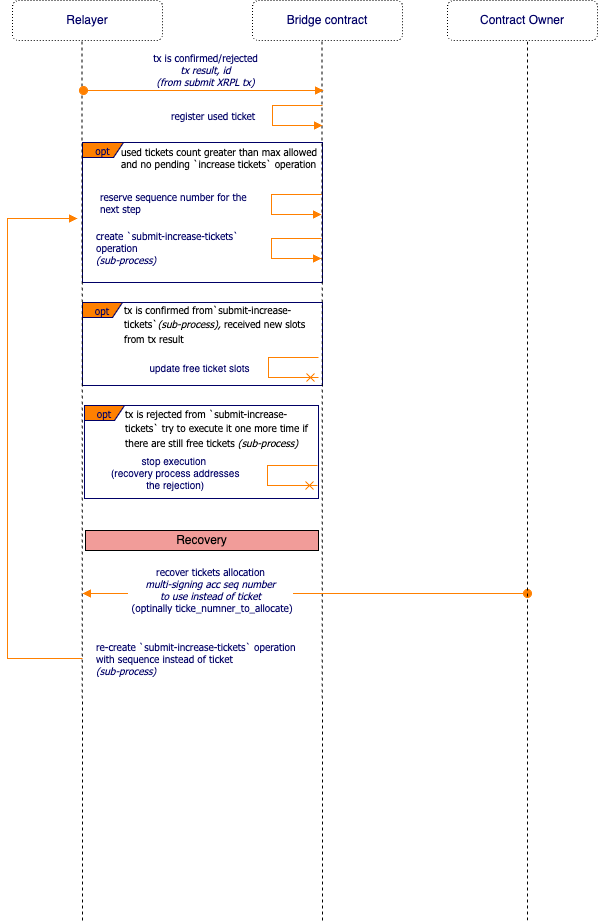
CoreumFoundation/coreumbridge-xrpl keeps this draw.io diagram as spec/img/allocate-ticket.png. Above is the earlier version. Source tidied: cells renumbered, new cells last; positions are measured from the earlier drawing's top-left corner, leaving out a move shared by most shapes.
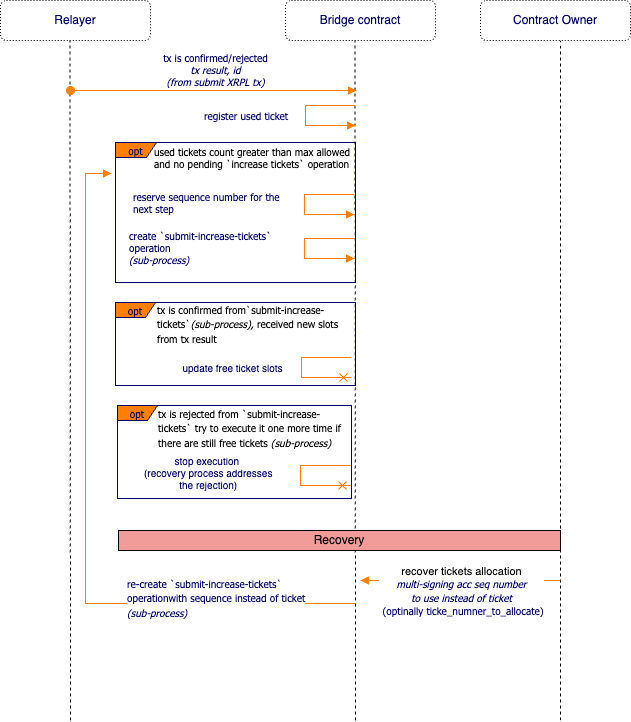
Later version of the same file.

Commit message:
Add relayer tickets allocation invalid seq number operation cancellation.

Diff of the diagram source:
```diff
@@ -15,7 +15,7 @@
       <mxGeometry x="75" y="142" width="240" height="140" as="geometry" />
     </mxCell>
     <mxCell id="6" value="Relayer" style="rounded=1;whiteSpace=wrap;html=1;fillColor=none;dashed=1;fontColor=#000066;dashPattern=1 2;" parent="1" vertex="1">
-      <mxGeometry x="5" width="150" height="40" as="geometry" />
+      <mxGeometry x="-40" width="150" height="40" as="geometry" />
     </mxCell>
     <mxCell id="7" value="Bridge contract" style="rounded=1;whiteSpace=wrap;html=1;fillColor=none;dashed=1;fontColor=#000066;dashPattern=1 2;" parent="1" vertex="1">
       <mxGeometry x="245" width="150" height="40" as="geometry" />
@@ -25,8 +25,8 @@
     </mxCell>
     <mxCell id="9" style="endArrow=none;dashed=1;html=1;rounded=0;" parent="1" edge="1">
       <mxGeometry relative="1" as="geometry">
-        <mxPoint x="75" y="920" as="sourcePoint" />
-        <mxPoint x="74.5" y="40" as="targetPoint" />
+        <mxPoint x="30" y="720" as="sourcePoint" />
+        <mxPoint x="29.5" y="40" as="targetPoint" />
       </mxGeometry>
     </mxCell>
     <mxCell id="10" value="&lt;div style=&quot;text-align: center&quot;&gt;&lt;/div&gt;" style="text;html=1;align=center;verticalAlign=top;spacingTop=-4;fontSize=14;fontFamily=Tahoma;fontColor=#000066;" parent="1" vertex="1">
@@ -34,7 +34,7 @@
     </mxCell>
     <mxCell id="11" style="endArrow=none;dashed=1;html=1;rounded=0;" parent="1" edge="1">
       <mxGeometry relative="1" as="geometry">
-        <mxPoint x="315" y="920" as="sourcePoint" />
+        <mxPoint x="315" y="720" as="sourcePoint" />
         <mxPoint x="314.5" y="40" as="targetPoint" />
       </mxGeometry>
     </mxCell>
@@ -90,29 +90,23 @@
       <mxGeometry x="116" y="400" width="194" height="38" as="geometry" />
     </mxCell>
     <mxCell id="19" value="Recovery" style="rounded=0;whiteSpace=wrap;html=1;fillColor=#F19C99;" parent="1" vertex="1">
-      <mxGeometry x="78" y="530" width="233" height="20" as="geometry" />
+      <mxGeometry x="78" y="530" width="442" height="20" as="geometry" />
     </mxCell>
-    <mxCell id="20" value="recover tickets allocation &lt;br&gt;&lt;i&gt;multi-signing acc seq number &lt;br&gt;to use instead of ticket&lt;/i&gt;&lt;br style=&quot;border-color: var(--border-color);&quot;&gt;&amp;nbsp;(optinally ticke_numner_to_allocate)" style="html=1;verticalAlign=bottom;startArrow=oval;startFill=1;endArrow=block;startSize=8;strokeColor=#FF8000;fontFamily=Tahoma;fontSize=10;fontColor=#000066;" parent="1" edge="1">
-      <mxGeometry x="0.43" y="23" relative="1" as="geometry">
-        <mxPoint x="520" y="593" as="sourcePoint" />
-        <mxPoint x="75" y="593" as="targetPoint" />
-      </mxGeometry>
-    </mxCell>
-    <mxCell id="21" value="&lt;span style=&quot;border-color: var(--border-color); text-align: center;&quot;&gt;re-create `submit-increase-tickets`&amp;nbsp;&lt;span style=&quot;text-align: left;&quot;&gt;operation&lt;br&gt;with sequence instead of ticket&lt;br&gt;&lt;/span&gt;&lt;i style=&quot;border-color: var(--border-color); text-align: left;&quot;&gt;(sub-process)&lt;/i&gt;&lt;br&gt;&lt;/span&gt;" style="edgeStyle=orthogonalEdgeStyle;html=1;align=left;spacingLeft=2;endArrow=block;rounded=0;strokeColor=#FF8000;fontFamily=Tahoma;fontSize=10;fontColor=#000066;endFill=1;" parent="1" edge="1">
-      <mxGeometry x="-1" y="-10" relative="1" as="geometry">
-        <mxPoint x="75" y="658" as="sourcePoint" />
-        <mxPoint x="70" y="218" as="targetPoint" />
+    <mxCell id="21" value="&lt;span style=&quot;border-color: var(--border-color); text-align: center;&quot;&gt;&lt;br&gt;&lt;/span&gt;" style="edgeStyle=orthogonalEdgeStyle;html=1;align=left;spacingLeft=2;endArrow=block;rounded=0;strokeColor=#FF8000;fontFamily=Tahoma;fontSize=10;fontColor=#000066;endFill=1;" parent="1" edge="1">
+      <mxGeometry x="-1" y="-72" relative="1" as="geometry">
+        <mxPoint x="315" y="603" as="sourcePoint" />
+        <mxPoint x="71" y="173" as="targetPoint" />
         <Array as="points">
-          <mxPoint x="75" y="658" />
-          <mxPoint y="658" />
-          <mxPoint y="218" />
+          <mxPoint x="315" y="603" />
+          <mxPoint x="45" y="603" />
+          <mxPoint x="45" y="173" />
         </Array>
-        <mxPoint x="10" y="10" as="offset" />
+        <mxPoint x="25" y="4" as="offset" />
       </mxGeometry>
     </mxCell>
     <mxCell id="22" value="tx is confirmed/rejected&lt;br&gt;&lt;i&gt;tx result, id&lt;br&gt;(from submit XRPL tx)&lt;br&gt;&lt;/i&gt;" style="html=1;verticalAlign=bottom;startArrow=oval;startFill=1;endArrow=block;startSize=8;strokeColor=#FF8000;fontFamily=Tahoma;fontSize=10;fontColor=#000066;" parent="1" edge="1">
       <mxGeometry x="0.02" relative="1" as="geometry">
-        <mxPoint x="76" y="90" as="sourcePoint" />
+        <mxPoint x="30" y="90" as="sourcePoint" />
         <mxPoint x="316" y="90" as="targetPoint" />
       </mxGeometry>
     </mxCell>
@@ -128,12 +122,26 @@
     </mxCell>
     <mxCell id="24" style="endArrow=none;dashed=1;html=1;rounded=0;" parent="1" edge="1">
       <mxGeometry relative="1" as="geometry">
-        <mxPoint x="520" y="920" as="sourcePoint" />
+        <mxPoint x="520" y="720" as="sourcePoint" />
         <mxPoint x="520" y="40" as="targetPoint" />
       </mxGeometry>
     </mxCell>
     <mxCell id="25" value="Contract Owner" style="rounded=1;whiteSpace=wrap;html=1;fillColor=none;dashed=1;fontColor=#000066;dashPattern=1 2;" parent="1" vertex="1">
       <mxGeometry x="440" width="150" height="40" as="geometry" />
     </mxCell>
+    <mxCell id="26" style="edgeStyle=orthogonalEdgeStyle;html=1;align=left;spacingLeft=2;endArrow=block;rounded=0;strokeColor=#FF8000;fontFamily=Tahoma;fontSize=10;fontColor=#000066;endFill=1;" parent="1" edge="1">
+      <mxGeometry relative="1" as="geometry">
+        <mxPoint x="520" y="580" as="sourcePoint" />
+        <mxPoint x="320" y="580" as="targetPoint" />
+      </mxGeometry>
+    </mxCell>
+    <mxCell id="20" value="recover tickets allocation&lt;br style=&quot;border-color: var(--border-color); color: rgb(0, 0, 102); font-family: Tahoma; font-size: 10px;&quot;&gt;&lt;i style=&quot;border-color: var(--border-color); color: rgb(0, 0, 102); font-family: Tahoma; font-size: 10px;&quot;&gt;multi-signing acc seq number&lt;br style=&quot;border-color: var(--border-color);&quot;&gt;to use instead of ticket&lt;/i&gt;&lt;br style=&quot;border-color: var(--border-color); color: rgb(0, 0, 102); font-family: Tahoma; font-size: 10px;&quot;&gt;&lt;span style=&quot;border-color: var(--border-color); color: rgb(0, 0, 102); font-family: Tahoma; font-size: 10px;&quot;&gt;&amp;nbsp;(optinally ticke_numner_to_allocate)&lt;/span&gt;" style="edgeLabel;html=1;align=center;verticalAlign=middle;" parent="26" vertex="1">
+      <mxGeometry x="0.36" relative="1" as="geometry">
+        <mxPoint x="36" y="10" as="offset" />
+      </mxGeometry>
+    </mxCell>
+    <mxCell id="27" value="&lt;span style=&quot;border-color: var(--border-color); font-style: normal; font-variant-ligatures: normal; font-variant-caps: normal; font-weight: 400; letter-spacing: normal; orphans: 2; text-indent: 0px; text-transform: none; widows: 2; word-spacing: 0px; -webkit-text-stroke-width: 0px; text-decoration-thickness: initial; text-decoration-style: initial; text-decoration-color: initial; color: rgb(0, 0, 102); font-family: Tahoma; font-size: 10px; text-align: center; background-color: rgb(255, 255, 255); float: none; display: inline !important;&quot;&gt;re-create `submit-increase-tickets`&amp;nbsp;&lt;br style=&quot;border-color: var(--border-color);&quot;&gt;&lt;/span&gt;&lt;span style=&quot;border-color: var(--border-color); font-style: normal; font-variant-ligatures: normal; font-variant-caps: normal; font-weight: 400; letter-spacing: normal; orphans: 2; text-align: left; text-indent: 0px; text-transform: none; widows: 2; word-spacing: 0px; -webkit-text-stroke-width: 0px; text-decoration-thickness: initial; text-decoration-style: initial; text-decoration-color: initial; color: rgb(0, 0, 102); font-family: Tahoma; font-size: 10px; background-color: rgb(255, 255, 255);&quot;&gt;operationwith sequence instead of ticket&lt;br style=&quot;border-color: var(--border-color);&quot;&gt;&lt;/span&gt;&lt;i style=&quot;border-color: var(--border-color); font-variant-ligatures: normal; font-variant-caps: normal; font-weight: 400; letter-spacing: normal; orphans: 2; text-align: left; text-indent: 0px; text-transform: none; widows: 2; word-spacing: 0px; -webkit-text-stroke-width: 0px; text-decoration-thickness: initial; text-decoration-style: initial; text-decoration-color: initial; color: rgb(0, 0, 102); font-family: Tahoma; font-size: 10px; background-color: rgb(255, 255, 255);&quot;&gt;(sub-process)&lt;/i&gt;" style="text;whiteSpace=wrap;html=1;" parent="1" vertex="1">
+      <mxGeometry x="85" y="570" width="210" height="70" as="geometry" />
+    </mxCell>
   </root>
 </mxGraphModel>
```
